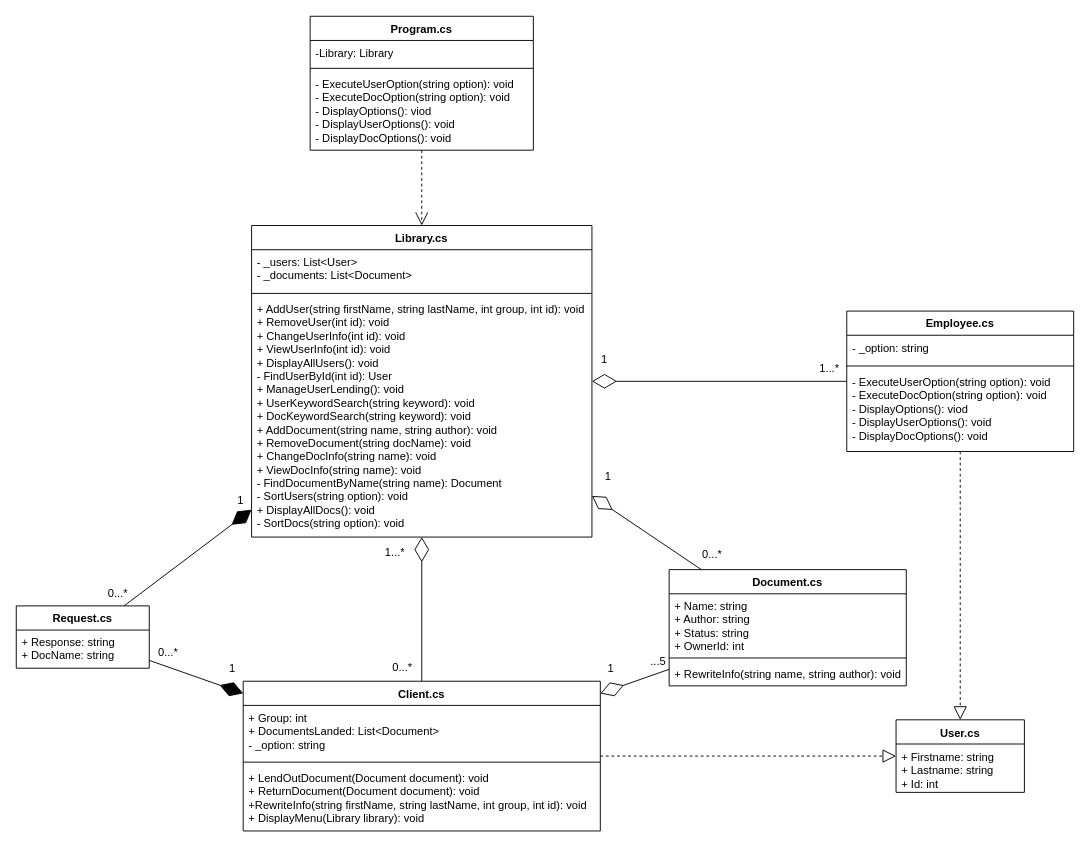
Above: Lab8.drawio in OleksandrLychko/ExtraLabs (draw.io), before the change. Source tidied: cells renumbered, new cells numbered last; positions are measured from the earlier drawing's top-left corner, leaving out a move shared by most shapes. Both pictures are drawn from the tidied source at 93%, with x=0, y=0 at pixel (16, 16).
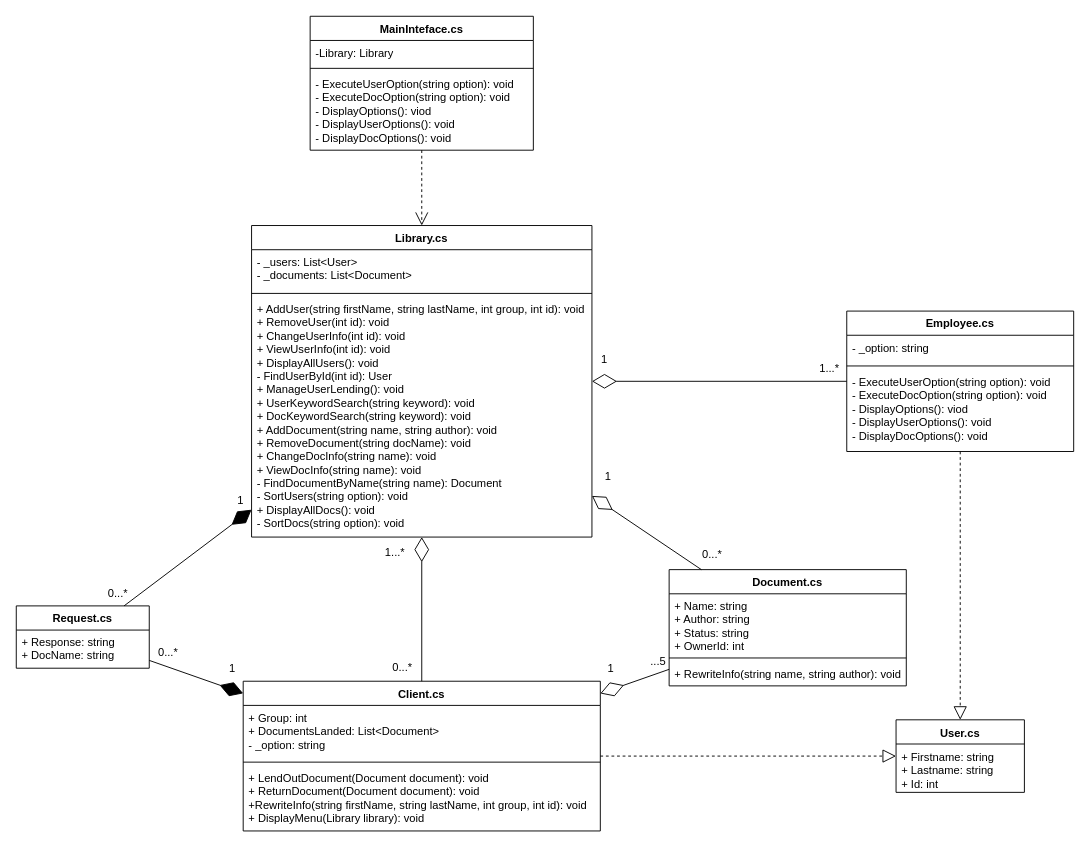
Above is the later version.

Change to the diagram source:
```diff
@@
-    <mxCell id="6" value="&lt;b&gt;Program.cs&lt;/b&gt;" style="swimlane;fontStyle=1;align=center;verticalAlign=top;horizontal=1;startSize=26;whiteSpace=wrap;html=1;" parent="1" vertex="1">
+    <mxCell id="6" value="&lt;b&gt;MainInteface.cs&lt;/b&gt;" style="swimlane;fontStyle=1;align=center;verticalAlign=top;horizontal=1;startSize=26;whiteSpace=wrap;html=1;" parent="1" vertex="1">
       <mxGeometry x="316" width="240" height="144" as="geometry" />
     </mxCell>
```
